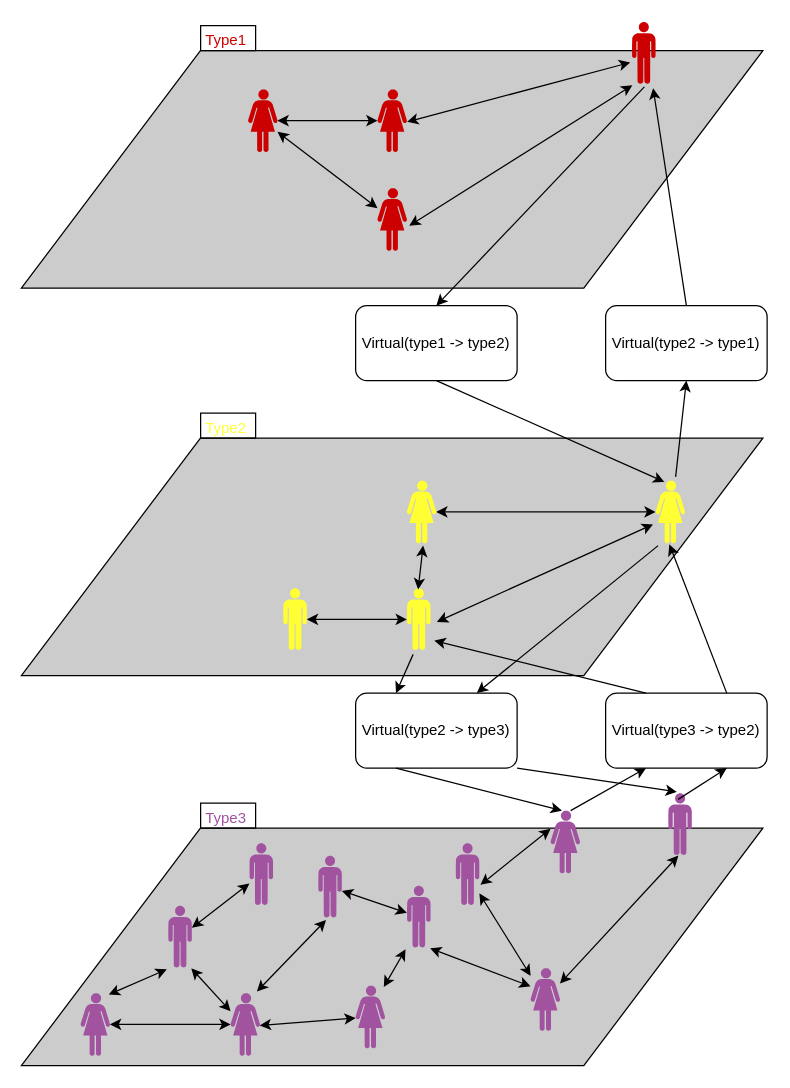
This is docs/images/networkOfNetworkVirtualTypes.drawio from josura/c2c-sepia, a draw.io file, before an edit. Source tidied: cells renumbered, new cells numbered last; positions are measured from the earlier drawing's top-left corner, leaving out a move shared by most shapes. Both pictures are drawn from the tidied source at 125%, with x=0, y=0 at pixel (21, 21).
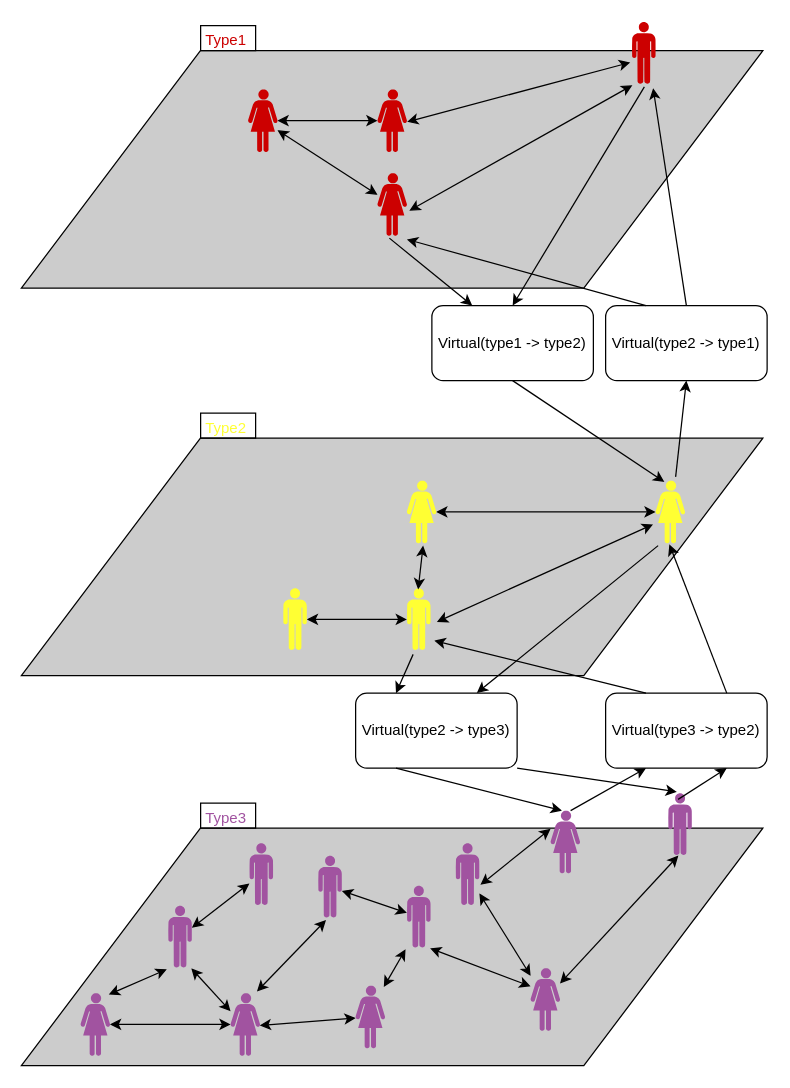
The same page after the edit.

Unchanged cells that the change refers to:
```xml
<mxCell id="60" value="Virtual(type2 -&amp;gt; type1)" style="rounded=1;whiteSpace=wrap;html=1;" parent="1" vertex="1">
  <mxGeometry x="467" y="227" width="129.2" height="60" as="geometry" />
</mxCell>
```

The edit, as a diff of the source:
```diff
@@
     <mxCell id="48" style="verticalLabelPosition=bottom;sketch=0;html=1;fillColor=#CC0000;verticalAlign=top;align=center;shape=mxgraph.cisco_safe.design.actor_1;" parent="1" vertex="1">
-      <mxGeometry x="284.5" y="133" width="23.5" height="50" as="geometry" />
+      <mxGeometry x="284.5" y="121" width="23.5" height="50" as="geometry" />
     </mxCell>
@@
     <mxCell id="61" value="Virtual(type1 -&amp;gt; type2)" style="rounded=1;whiteSpace=wrap;html=1;" parent="1" vertex="1">
-      <mxGeometry x="267" y="227" width="129.2" height="60" as="geometry" />
+      <mxGeometry x="328" y="227" width="129.2" height="60" as="geometry" />
     </mxCell>
@@
+    <mxCell id="66" style="rounded=0;jettySize=auto;html=1;exitX=0.25;exitY=0;exitDx=0;exitDy=0;entryX=1;entryY=1.06;entryDx=0;entryDy=0;entryPerimeter=0;" parent="1" edge="1" source="60" target="48">
+      <mxGeometry relative="1" as="geometry" />
+    </mxCell>
+    <mxCell id="67" style="rounded=0;jettySize=auto;html=1;exitX=0.404;exitY=1.04;exitDx=0;exitDy=0;entryX=0.25;entryY=0;entryDx=0;entryDy=0;exitPerimeter=0;" parent="1" edge="1" source="48" target="61">
+      <mxGeometry relative="1" as="geometry" />
+    </mxCell>
```
